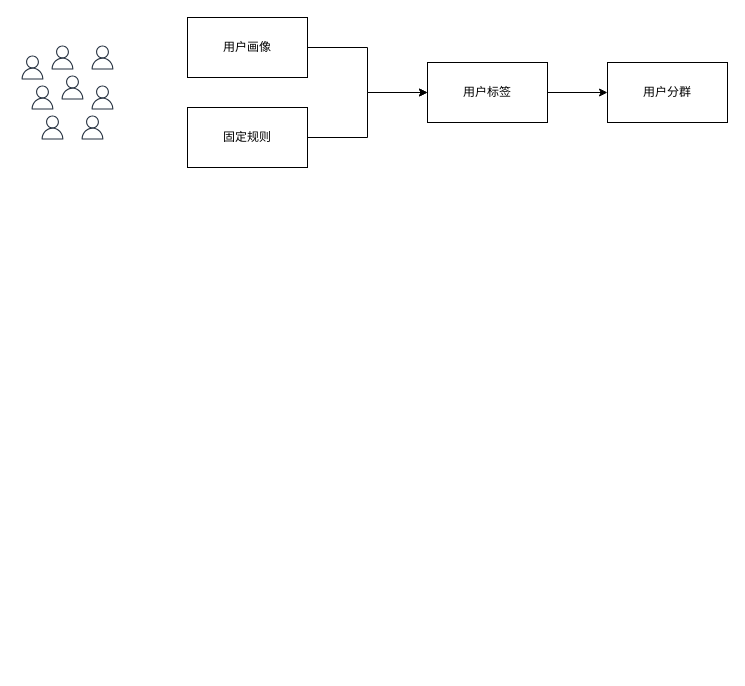
The draw.io diagram 用户分群.drawio in chenjinying1988/diagrams, before the edit. Source tidied: cells renumbered, new cells numbered last; positions are measured from the earlier drawing's top-left corner, leaving out a move shared by most shapes. Both pictures are drawn from the tidied source at 100%, with x=0, y=0 at pixel (17, 17).
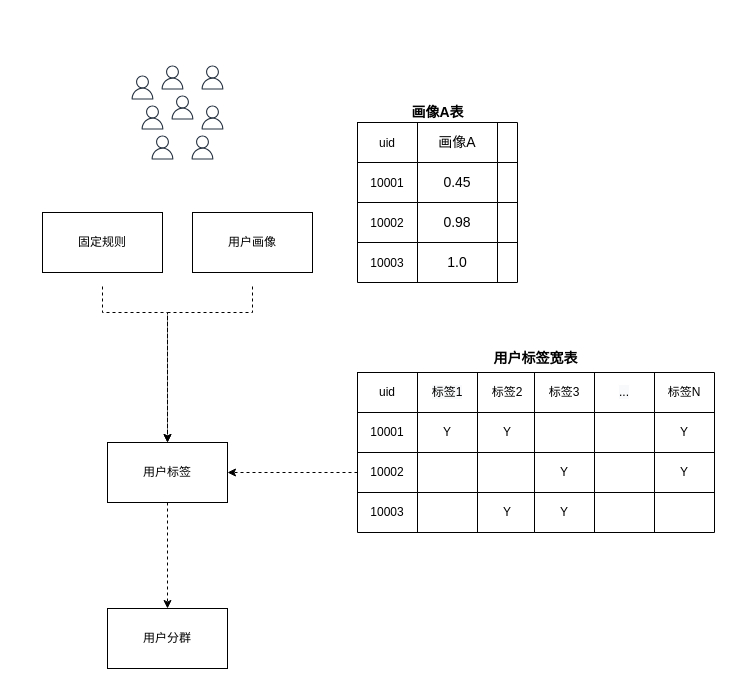
The same diagram, later.

Commit message (it also covers changes not shown here):
更新用户分群.drawio

Change to the diagram source:
```diff
@@
     <mxCell id="2" style="group;" parent="1" vertex="1">
-      <mxGeometry y="25" width="100" height="100" as="geometry" />
+      <mxGeometry x="110" y="45" width="100" height="100" as="geometry" />
     </mxCell>
@@
-    <mxCell id="11" style="edgeStyle=orthogonalEdgeStyle;rounded=0;jettySize=auto;html=1;entryX=0;entryY=0.5;entryDx=0;entryDy=0;" parent="1" edge="1" source="12" target="16">
-      <mxGeometry relative="1" as="geometry" />
-    </mxCell>
+    <mxCell id="18" style="edgeStyle=orthogonalEdgeStyle;rounded=0;jettySize=auto;html=1;exitX=0.5;exitY=1;exitDx=0;exitDy=0;entryX=0.5;entryY=0;entryDx=0;entryDy=0;dashed=1;fontSize=14;" parent="1" edge="1" target="16">
+      <mxGeometry relative="1" as="geometry">
+        <mxPoint x="235" y="269" as="sourcePoint" />
+        <Array as="points">
+          <mxPoint x="235" y="295" />
+          <mxPoint x="150" y="295" />
+        </Array>
+      </mxGeometry>
+    </mxCell>
     <mxCell id="12" value="用户画像" style="rounded=0;whiteSpace=wrap;html=1;" parent="1" vertex="1">
-      <mxGeometry x="170" width="120" height="60" as="geometry" />
+      <mxGeometry x="175" y="195" width="120" height="60" as="geometry" />
     </mxCell>
-    <mxCell id="13" style="edgeStyle=orthogonalEdgeStyle;rounded=0;jettySize=auto;html=1;entryX=0;entryY=0.5;entryDx=0;entryDy=0;" parent="1" edge="1" source="14" target="16">
-      <mxGeometry relative="1" as="geometry" />
-    </mxCell>
+    <mxCell id="19" style="edgeStyle=orthogonalEdgeStyle;rounded=0;jettySize=auto;html=1;entryX=0.5;entryY=0;entryDx=0;entryDy=0;dashed=1;fontSize=14;" parent="1" edge="1" target="16">
+      <mxGeometry relative="1" as="geometry">
+        <mxPoint x="85" y="269" as="sourcePoint" />
+        <Array as="points">
+          <mxPoint x="85" y="295" />
+          <mxPoint x="150" y="295" />
+        </Array>
+      </mxGeometry>
+    </mxCell>
     <mxCell id="14" value="固定规则" style="rounded=0;whiteSpace=wrap;html=1;" parent="1" vertex="1">
-      <mxGeometry x="170" y="90" width="120" height="60" as="geometry" />
+      <mxGeometry x="25" y="195" width="120" height="60" as="geometry" />
     </mxCell>
-    <mxCell id="15" style="edgeStyle=orthogonalEdgeStyle;rounded=0;jettySize=auto;html=1;entryX=0;entryY=0.5;entryDx=0;entryDy=0;" parent="1" edge="1" source="16" target="17">
+    <mxCell id="15" style="edgeStyle=orthogonalEdgeStyle;rounded=0;jettySize=auto;html=1;entryX=0.5;entryY=0;entryDx=0;entryDy=0;dashed=1;fontSize=14;" parent="1" edge="1" source="16" target="17">
       <mxGeometry relative="1" as="geometry" />
     </mxCell>
     <mxCell id="16" value="用户标签" style="rounded=0;whiteSpace=wrap;html=1;" parent="1" vertex="1">
-      <mxGeometry x="410" y="45" width="120" height="60" as="geometry" />
+      <mxGeometry x="90" y="425" width="120" height="60" as="geometry" />
     </mxCell>
     <mxCell id="17" value="用户分群" style="rounded=0;whiteSpace=wrap;html=1;" parent="1" vertex="1">
-      <mxGeometry x="590" y="45" width="120" height="60" as="geometry" />
+      <mxGeometry x="90" y="591" width="120" height="60" as="geometry" />
     </mxCell>
+    <mxCell id="20" style="shape=table;html=1;whiteSpace=wrap;startSize=0;childLayout=tableLayout;" parent="1" vertex="1">
+      <mxGeometry x="340" y="355" width="180" height="160" as="geometry" />
+    </mxCell>
+    <mxCell id="21" style="shape=tableRow;horizontal=0;startSize=0;swimlaneHead=0;swimlaneBody=0;top=0;left=0;bottom=0;right=0;fillColor=none;" parent="20" vertex="1">
+      <mxGeometry width="180" height="40" as="geometry" />
+    </mxCell>
+    <mxCell id="22" value="&lt;span&gt;uid&lt;/span&gt;" style="shape=partialRectangle;html=1;whiteSpace=wrap;fillColor=none;top=0;left=0;bottom=0;right=0;overflow=hidden;" parent="21" vertex="1">
+      <mxGeometry width="60" height="40" as="geometry" />
+    </mxCell>
+    <mxCell id="23" value="&lt;span style=&quot;color: rgb(0 , 0 , 0) ; font-family: &amp;#34;helvetica&amp;#34; ; font-size: 12px ; font-style: normal ; font-weight: 400 ; letter-spacing: normal ; text-align: center ; text-indent: 0px ; text-transform: none ; word-spacing: 0px ; background-color: rgb(248 , 249 , 250) ; display: inline ; float: none&quot;&gt;标签1&lt;/span&gt;" style="shape=partialRectangle;html=1;whiteSpace=wrap;fillColor=none;top=0;left=0;bottom=0;right=0;overflow=hidden;" parent="21" vertex="1">
+      <mxGeometry x="60" width="60" height="40" as="geometry" />
+    </mxCell>
+    <mxCell id="24" value="&lt;span&gt;标签2&lt;/span&gt;" style="shape=partialRectangle;html=1;whiteSpace=wrap;fillColor=none;top=0;left=0;bottom=0;right=0;overflow=hidden;" parent="21" vertex="1">
+      <mxGeometry x="120" width="60" height="40" as="geometry" />
+    </mxCell>
+    <mxCell id="25" style="shape=tableRow;horizontal=0;startSize=0;swimlaneHead=0;swimlaneBody=0;top=0;left=0;bottom=0;right=0;fillColor=none;" parent="20" vertex="1">
+      <mxGeometry y="40" width="180" height="40" as="geometry" />
+    </mxCell>
+    <mxCell id="26" value="&lt;span&gt;10001&lt;/span&gt;" style="shape=partialRectangle;html=1;whiteSpace=wrap;fillColor=none;top=0;left=0;bottom=0;right=0;overflow=hidden;" parent="25" vertex="1">
+      <mxGeometry width="60" height="40" as="geometry" />
+    </mxCell>
+    <mxCell id="27" value="Y" style="shape=partialRectangle;html=1;whiteSpace=wrap;fillColor=none;top=0;left=0;bottom=0;right=0;overflow=hidden;" parent="25" vertex="1">
+      <mxGeometry x="60" width="60" height="40" as="geometry" />
+    </mxCell>
+    <mxCell id="28" value="Y" style="shape=partialRectangle;html=1;whiteSpace=wrap;fillColor=none;top=0;left=0;bottom=0;right=0;overflow=hidden;" parent="25" vertex="1">
+      <mxGeometry x="120" width="60" height="40" as="geometry" />
+    </mxCell>
+    <mxCell id="29" style="shape=tableRow;horizontal=0;startSize=0;swimlaneHead=0;swimlaneBody=0;top=0;left=0;bottom=0;right=0;fillColor=none;points=[[0,0.5],[1,0.5]];portConstraint=eastwest;" parent="20" vertex="1">
+      <mxGeometry y="80" width="180" height="40" as="geometry" />
+    </mxCell>
+    <mxCell id="30" value="&lt;span&gt;10002&lt;/span&gt;" style="shape=partialRectangle;html=1;whiteSpace=wrap;fillColor=none;top=0;left=0;bottom=0;right=0;overflow=hidden;" parent="29" vertex="1">
+      <mxGeometry width="60" height="40" as="geometry" />
+    </mxCell>
+    <mxCell id="31" style="shape=partialRectangle;html=1;whiteSpace=wrap;fillColor=none;top=0;left=0;bottom=0;right=0;overflow=hidden;" parent="29" vertex="1">
+      <mxGeometry x="60" width="60" height="40" as="geometry" />
+    </mxCell>
+    <mxCell id="32" style="shape=partialRectangle;html=1;whiteSpace=wrap;fillColor=none;top=0;left=0;bottom=0;right=0;overflow=hidden;" parent="29" vertex="1">
+      <mxGeometry x="120" width="60" height="40" as="geometry" />
+    </mxCell>
+    <mxCell id="33" style="shape=tableRow;horizontal=0;startSize=0;swimlaneHead=0;swimlaneBody=0;top=0;left=0;bottom=0;right=0;fillColor=none;" parent="20" vertex="1">
+      <mxGeometry y="120" width="180" height="40" as="geometry" />
+    </mxCell>
+    <mxCell id="34" value="&lt;span&gt;10003&lt;/span&gt;" style="shape=partialRectangle;html=1;whiteSpace=wrap;fillColor=none;top=0;left=0;bottom=0;right=0;overflow=hidden;" parent="33" vertex="1">
+      <mxGeometry width="60" height="40" as="geometry" />
+    </mxCell>
+    <mxCell id="35" style="shape=partialRectangle;html=1;whiteSpace=wrap;fillColor=none;top=0;left=0;bottom=0;right=0;overflow=hidden;" parent="33" vertex="1">
+      <mxGeometry x="60" width="60" height="40" as="geometry" />
+    </mxCell>
+    <mxCell id="36" value="Y" style="shape=partialRectangle;html=1;whiteSpace=wrap;fillColor=none;top=0;left=0;bottom=0;right=0;overflow=hidden;" parent="33" vertex="1">
+      <mxGeometry x="120" width="60" height="40" as="geometry" />
+    </mxCell>
+    <mxCell id="37" style="shape=table;html=1;whiteSpace=wrap;startSize=0;childLayout=tableLayout;" parent="1" vertex="1">
+      <mxGeometry x="517" y="355" width="180" height="160" as="geometry" />
+    </mxCell>
+    <mxCell id="38" style="shape=tableRow;horizontal=0;startSize=0;swimlaneHead=0;swimlaneBody=0;top=0;left=0;bottom=0;right=0;fillColor=none;" parent="37" vertex="1">
+      <mxGeometry width="180" height="40" as="geometry" />
+    </mxCell>
+    <mxCell id="39" value="标签3" style="shape=partialRectangle;html=1;whiteSpace=wrap;fillColor=none;top=0;left=0;bottom=0;right=0;overflow=hidden;" parent="38" vertex="1">
+      <mxGeometry width="60" height="40" as="geometry" />
+    </mxCell>
+    <mxCell id="40" value="&lt;span style=&quot;color: rgb(0 , 0 , 0) ; font-family: &amp;#34;helvetica&amp;#34; ; font-size: 12px ; font-style: normal ; font-weight: 400 ; letter-spacing: normal ; text-align: center ; text-indent: 0px ; text-transform: none ; word-spacing: 0px ; background-color: rgb(248 , 249 , 250) ; display: inline ; float: none&quot;&gt;...&lt;/span&gt;" style="shape=partialRectangle;html=1;whiteSpace=wrap;fillColor=none;top=0;left=0;bottom=0;right=0;overflow=hidden;" parent="38" vertex="1">
+      <mxGeometry x="60" width="60" height="40" as="geometry" />
+    </mxCell>
+    <mxCell id="41" value="&lt;span&gt;标签N&lt;/span&gt;" style="shape=partialRectangle;html=1;whiteSpace=wrap;fillColor=none;top=0;left=0;bottom=0;right=0;overflow=hidden;" parent="38" vertex="1">
+      <mxGeometry x="120" width="60" height="40" as="geometry" />
+    </mxCell>
+    <mxCell id="42" style="shape=tableRow;horizontal=0;startSize=0;swimlaneHead=0;swimlaneBody=0;top=0;left=0;bottom=0;right=0;fillColor=none;" parent="37" vertex="1">
+      <mxGeometry y="40" width="180" height="40" as="geometry" />
+    </mxCell>
+    <mxCell id="43" style="shape=partialRectangle;html=1;whiteSpace=wrap;fillColor=none;top=0;left=0;bottom=0;right=0;overflow=hidden;" parent="42" vertex="1">
+      <mxGeometry width="60" height="40" as="geometry" />
+    </mxCell>
+    <mxCell id="44" style="shape=partialRectangle;html=1;whiteSpace=wrap;fillColor=none;top=0;left=0;bottom=0;right=0;overflow=hidden;" parent="42" vertex="1">
+      <mxGeometry x="60" width="60" height="40" as="geometry" />
+    </mxCell>
+    <mxCell id="45" value="Y" style="shape=partialRectangle;html=1;whiteSpace=wrap;fillColor=none;top=0;left=0;bottom=0;right=0;overflow=hidden;" parent="42" vertex="1">
+      <mxGeometry x="120" width="60" height="40" as="geometry" />
+    </mxCell>
+    <mxCell id="46" style="shape=tableRow;horizontal=0;startSize=0;swimlaneHead=0;swimlaneBody=0;top=0;left=0;bottom=0;right=0;fillColor=none;" parent="37" vertex="1">
+      <mxGeometry y="80" width="180" height="40" as="geometry" />
+    </mxCell>
+    <mxCell id="47" value="Y" style="shape=partialRectangle;html=1;whiteSpace=wrap;fillColor=none;top=0;left=0;bottom=0;right=0;overflow=hidden;" parent="46" vertex="1">
+      <mxGeometry width="60" height="40" as="geometry" />
+    </mxCell>
+    <mxCell id="48" style="shape=partialRectangle;html=1;whiteSpace=wrap;fillColor=none;top=0;left=0;bottom=0;right=0;overflow=hidden;" parent="46" vertex="1">
+      <mxGeometry x="60" width="60" height="40" as="geometry" />
+    </mxCell>
+    <mxCell id="49" value="Y" style="shape=partialRectangle;html=1;whiteSpace=wrap;fillColor=none;top=0;left=0;bottom=0;right=0;overflow=hidden;" parent="46" vertex="1">
+      <mxGeometry x="120" width="60" height="40" as="geometry" />
+    </mxCell>
+    <mxCell id="50" style="shape=tableRow;horizontal=0;startSize=0;swimlaneHead=0;swimlaneBody=0;top=0;left=0;bottom=0;right=0;fillColor=none;" parent="37" vertex="1">
+      <mxGeometry y="120" width="180" height="40" as="geometry" />
+    </mxCell>
+    <mxCell id="51" value="Y" style="shape=partialRectangle;html=1;whiteSpace=wrap;fillColor=none;top=0;left=0;bottom=0;right=0;overflow=hidden;" parent="50" vertex="1">
+      <mxGeometry width="60" height="40" as="geometry" />
+    </mxCell>
+    <mxCell id="52" style="shape=partialRectangle;html=1;whiteSpace=wrap;fillColor=none;top=0;left=0;bottom=0;right=0;overflow=hidden;" parent="50" vertex="1">
+      <mxGeometry x="60" width="60" height="40" as="geometry" />
+    </mxCell>
+    <mxCell id="53" style="shape=partialRectangle;html=1;whiteSpace=wrap;fillColor=none;top=0;left=0;bottom=0;right=0;overflow=hidden;" parent="50" vertex="1">
+      <mxGeometry x="120" width="60" height="40" as="geometry" />
+    </mxCell>
+    <mxCell id="54" value="&lt;b&gt;&lt;font style=&quot;font-size: 14px&quot;&gt;用户标签宽表&lt;/font&gt;&lt;/b&gt;" style="text;html=1;align=center;verticalAlign=middle;strokeColor=none;fillColor=none;" parent="1" vertex="1">
+      <mxGeometry x="468" y="331" width="100" height="20" as="geometry" />
+    </mxCell>
+    <mxCell id="55" style="edgeStyle=orthogonalEdgeStyle;rounded=0;jettySize=auto;html=1;entryX=1;entryY=0.5;entryDx=0;entryDy=0;dashed=1;fontSize=14;" parent="1" edge="1" source="29" target="16">
+      <mxGeometry relative="1" as="geometry" />
+    </mxCell>
+    <mxCell id="56" style="shape=table;html=1;whiteSpace=wrap;startSize=0;childLayout=tableLayout;fontSize=14;" parent="1" vertex="1">
+      <mxGeometry x="340" y="105" width="160" height="160" as="geometry" />
+    </mxCell>
+    <mxCell id="57" style="shape=tableRow;horizontal=0;startSize=0;swimlaneHead=0;swimlaneBody=0;top=0;left=0;bottom=0;right=0;fillColor=none;fontSize=14;" parent="56" vertex="1">
+      <mxGeometry width="160" height="40" as="geometry" />
+    </mxCell>
+    <mxCell id="58" value="&lt;span style=&quot;font-size: 12px&quot;&gt;uid&lt;/span&gt;" style="shape=partialRectangle;html=1;whiteSpace=wrap;fillColor=none;top=0;left=0;bottom=0;right=0;overflow=hidden;fontSize=14;" parent="57" vertex="1">
+      <mxGeometry width="60" height="40" as="geometry" />
+    </mxCell>
+    <mxCell id="59" value="画像A" style="shape=partialRectangle;html=1;whiteSpace=wrap;fillColor=none;top=0;left=0;bottom=0;right=0;overflow=hidden;fontSize=14;" parent="57" vertex="1">
+      <mxGeometry x="60" width="80" height="40" as="geometry" />
+    </mxCell>
+    <mxCell id="60" style="shape=partialRectangle;html=1;whiteSpace=wrap;fillColor=none;top=0;left=0;bottom=0;right=0;overflow=hidden;fontSize=14;" parent="57" vertex="1">
+      <mxGeometry x="140" width="20" height="40" as="geometry" />
+    </mxCell>
+    <mxCell id="61" style="shape=tableRow;horizontal=0;startSize=0;swimlaneHead=0;swimlaneBody=0;top=0;left=0;bottom=0;right=0;fillColor=none;fontSize=14;" parent="56" vertex="1">
+      <mxGeometry y="40" width="160" height="40" as="geometry" />
+    </mxCell>
+    <mxCell id="62" value="&lt;span style=&quot;font-size: 12px&quot;&gt;10001&lt;/span&gt;" style="shape=partialRectangle;html=1;whiteSpace=wrap;fillColor=none;top=0;left=0;bottom=0;right=0;overflow=hidden;fontSize=14;" parent="61" vertex="1">
+      <mxGeometry width="60" height="40" as="geometry" />
+    </mxCell>
+    <mxCell id="63" value="0.45" style="shape=partialRectangle;html=1;whiteSpace=wrap;fillColor=none;top=0;left=0;bottom=0;right=0;overflow=hidden;fontSize=14;" parent="61" vertex="1">
+      <mxGeometry x="60" width="80" height="40" as="geometry" />
+    </mxCell>
+    <mxCell id="64" style="shape=partialRectangle;html=1;whiteSpace=wrap;fillColor=none;top=0;left=0;bottom=0;right=0;overflow=hidden;fontSize=14;" parent="61" vertex="1">
+      <mxGeometry x="140" width="20" height="40" as="geometry" />
+    </mxCell>
+    <mxCell id="65" style="shape=tableRow;horizontal=0;startSize=0;swimlaneHead=0;swimlaneBody=0;top=0;left=0;bottom=0;right=0;fillColor=none;fontSize=14;" parent="56" vertex="1">
+      <mxGeometry y="80" width="160" height="40" as="geometry" />
+    </mxCell>
+    <mxCell id="66" value="&lt;span style=&quot;font-size: 12px&quot;&gt;10002&lt;/span&gt;" style="shape=partialRectangle;html=1;whiteSpace=wrap;fillColor=none;top=0;left=0;bottom=0;right=0;overflow=hidden;fontSize=14;" parent="65" vertex="1">
+      <mxGeometry width="60" height="40" as="geometry" />
+    </mxCell>
+    <mxCell id="67" value="0.98" style="shape=partialRectangle;html=1;whiteSpace=wrap;fillColor=none;top=0;left=0;bottom=0;right=0;overflow=hidden;fontSize=14;" parent="65" vertex="1">
+      <mxGeometry x="60" width="80" height="40" as="geometry" />
+    </mxCell>
+    <mxCell id="68" style="shape=partialRectangle;html=1;whiteSpace=wrap;fillColor=none;top=0;left=0;bottom=0;right=0;overflow=hidden;fontSize=14;" parent="65" vertex="1">
+      <mxGeometry x="140" width="20" height="40" as="geometry" />
+    </mxCell>
+    <mxCell id="69" style="shape=tableRow;horizontal=0;startSize=0;swimlaneHead=0;swimlaneBody=0;top=0;left=0;bottom=0;right=0;fillColor=none;fontSize=14;" parent="56" vertex="1">
+      <mxGeometry y="120" width="160" height="40" as="geometry" />
+    </mxCell>
+    <mxCell id="70" value="&lt;span style=&quot;font-size: 12px&quot;&gt;10003&lt;/span&gt;" style="shape=partialRectangle;html=1;whiteSpace=wrap;fillColor=none;top=0;left=0;bottom=0;right=0;overflow=hidden;fontSize=14;" parent="69" vertex="1">
+      <mxGeometry width="60" height="40" as="geometry" />
+    </mxCell>
+    <mxCell id="71" value="1.0" style="shape=partialRectangle;html=1;whiteSpace=wrap;fillColor=none;top=0;left=0;bottom=0;right=0;overflow=hidden;fontSize=14;" parent="69" vertex="1">
+      <mxGeometry x="60" width="80" height="40" as="geometry" />
+    </mxCell>
+    <mxCell id="72" style="shape=partialRectangle;html=1;whiteSpace=wrap;fillColor=none;top=0;left=0;bottom=0;right=0;overflow=hidden;fontSize=14;" parent="69" vertex="1">
+      <mxGeometry x="140" width="20" height="40" as="geometry" />
+    </mxCell>
+    <mxCell id="73" value="&lt;span style=&quot;font-size: 14px&quot;&gt;&lt;b&gt;画像A表&lt;/b&gt;&lt;/span&gt;" style="text;html=1;align=center;verticalAlign=middle;strokeColor=none;fillColor=none;" parent="1" vertex="1">
+      <mxGeometry x="385" y="85" width="70" height="20" as="geometry" />
+    </mxCell>
```
